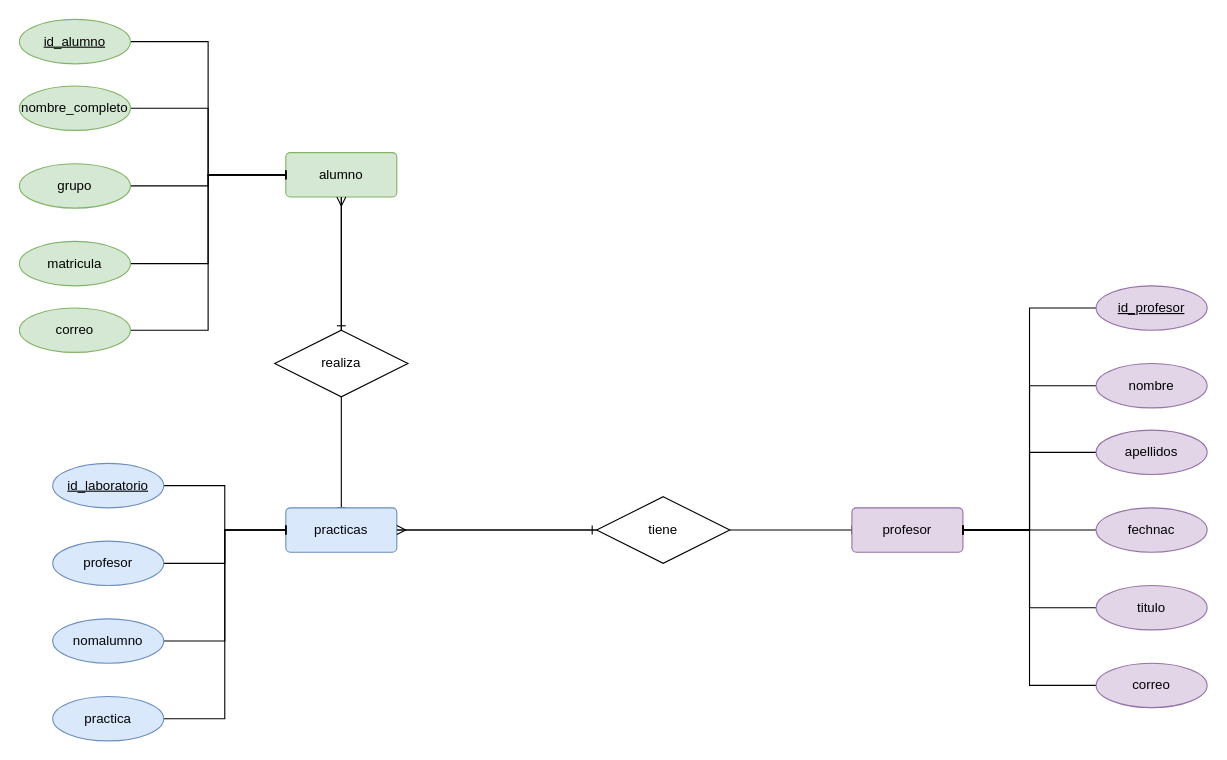
Above: page "m er escuela" (1 of 5) of Diagrama sin título.drawio in lizbethvazquezzz/modelo-er-y-modelo-r (draw.io), before the change. Source tidied: cells renumbered, new cells numbered last; positions are measured from the earlier drawing's top-left corner, leaving out a move shared by most shapes. Both pictures are drawn from the tidied source at 111%, with x=0, y=0 at pixel (19, 19).
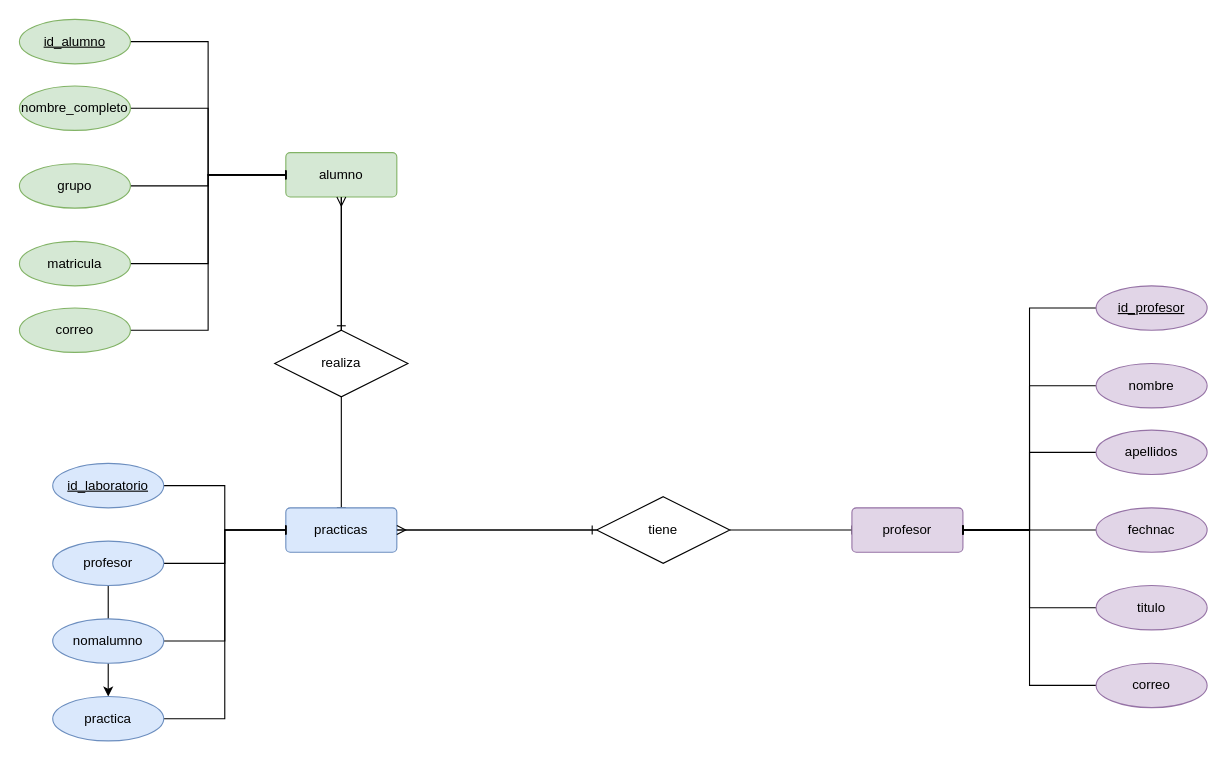
After the change.

Unchanged cells that the change refers to:
```xml
<mxCell id="22" value="profesor" style="ellipse;whiteSpace=wrap;html=1;align=center;fillColor=#dae8fc;strokeColor=#6c8ebf;" parent="1" vertex="1">
  <mxGeometry x="30" y="470" width="100" height="40" as="geometry" />
</mxCell>
<mxCell id="26" value="practica" style="ellipse;whiteSpace=wrap;html=1;align=center;fillColor=#dae8fc;strokeColor=#6c8ebf;" parent="1" vertex="1">
  <mxGeometry x="30" y="610" width="100" height="40" as="geometry" />
</mxCell>
```

What changed in the source:
```diff
@@
+    <mxCell id="43" style="edgeStyle=orthogonalEdgeStyle;rounded=0;jettySize=auto;html=1;" parent="1" edge="1" source="22" target="26">
+      <mxGeometry relative="1" as="geometry" />
+    </mxCell>
```
